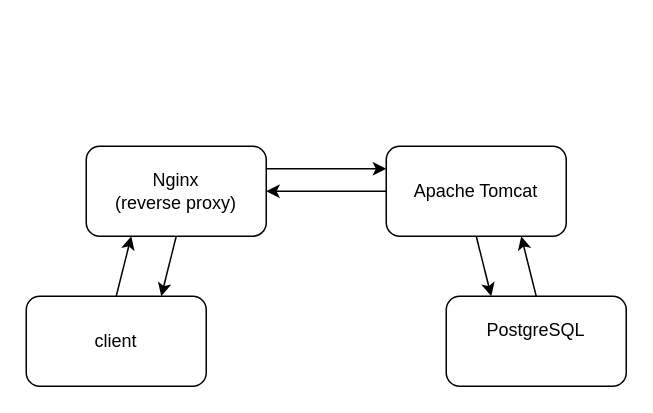
zncrg/drawio-playground keeps this draw.io diagram as Диаграмма без названия.drawio. Above is the earlier version. Source tidied: cells renumbered, new cells numbered last; positions are measured from the earlier drawing's top-left corner, leaving out a move shared by most shapes. Both pictures are drawn from the tidied source at 150%, with x=0, y=0 at pixel (26, 146).
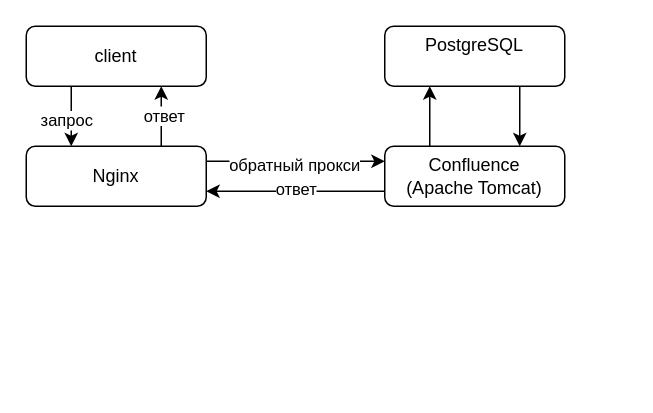
The same page after the edit.

Commit message:
Confluence EMI

The edit, as a diff of the source:
```diff
@@
 <mxGraphModel>
   <root>
     <mxCell id="0" />
     <mxCell id="1" parent="0" />
-    <mxCell id="2" value="Nginx&lt;div&gt;(reverse proxy)&lt;/div&gt;" style="rounded=1;whiteSpace=wrap;html=1;" parent="1" vertex="1">
-      <mxGeometry x="40" width="120" height="60" as="geometry" />
+    <mxCell id="2" value="Nginx" style="rounded=1;whiteSpace=wrap;html=1;" parent="1" vertex="1">
+      <mxGeometry width="120" height="40" as="geometry" />
     </mxCell>
     <mxCell id="3" value="client" style="rounded=1;whiteSpace=wrap;html=1;" parent="1" vertex="1">
-      <mxGeometry y="100" width="120" height="60" as="geometry" />
+      <mxGeometry y="-80" width="120" height="40" as="geometry" />
     </mxCell>
-    <mxCell id="4" value="&lt;div&gt;Apache Tomcat&lt;/div&gt;" style="rounded=1;whiteSpace=wrap;html=1;" parent="1" vertex="1">
-      <mxGeometry x="240" width="120" height="60" as="geometry" />
+    <mxCell id="4" value="&lt;div&gt;Confluence&lt;/div&gt;&lt;div&gt;(Apache Tomcat)&lt;/div&gt;" style="rounded=1;whiteSpace=wrap;html=1;" parent="1" vertex="1">
+      <mxGeometry x="239" width="120" height="40" as="geometry" />
     </mxCell>
     <mxCell id="5" value="&lt;div&gt;PostgreSQL&lt;/div&gt;&lt;div&gt;&lt;br&gt;&lt;/div&gt;" style="rounded=1;whiteSpace=wrap;html=1;" parent="1" vertex="1">
-      <mxGeometry x="280" y="100" width="120" height="60" as="geometry" />
+      <mxGeometry x="239" y="-80" width="120" height="40" as="geometry" />
     </mxCell>
     <mxCell id="6" style="endArrow=classic;html=1;rounded=0;exitX=1;exitY=0.25;exitDx=0;exitDy=0;entryX=0;entryY=0.25;entryDx=0;entryDy=0;" parent="1" edge="1" source="2" target="4">
       <mxGeometry relative="1" as="geometry" />
     </mxCell>
+    <mxCell id="12" value="&lt;font&gt;обратный прокси&lt;/font&gt;" style="edgeLabel;html=1;align=center;verticalAlign=middle;" parent="6" vertex="1">
+      <mxGeometry x="-0.03" y="-2" relative="1" as="geometry" />
+    </mxCell>
-    <mxCell id="7" style="endArrow=classic;html=1;rounded=0;entryX=1;entryY=0.5;entryDx=0;entryDy=0;exitX=0;exitY=0.5;exitDx=0;exitDy=0;" parent="1" edge="1" source="4" target="2">
+    <mxCell id="7" style="endArrow=classic;html=1;rounded=0;entryX=1;entryY=0.75;entryDx=0;entryDy=0;exitX=0;exitY=0.75;exitDx=0;exitDy=0;" parent="1" edge="1" source="4" target="2">
       <mxGeometry relative="1" as="geometry" />
     </mxCell>
+    <mxCell id="13" value="ответ" style="edgeLabel;html=1;align=center;verticalAlign=middle;" parent="7" vertex="1">
+      <mxGeometry x="0.01" y="-2" relative="1" as="geometry" />
+    </mxCell>
-    <mxCell id="8" style="endArrow=classic;html=1;rounded=0;entryX=0.25;entryY=0;entryDx=0;entryDy=0;exitX=0.5;exitY=1;exitDx=0;exitDy=0;" parent="1" edge="1" source="4" target="5">
+    <mxCell id="8" style="endArrow=classic;html=1;rounded=0;entryX=0.25;entryY=1;entryDx=0;entryDy=0;exitX=0.25;exitY=0;exitDx=0;exitDy=0;" parent="1" edge="1" source="4" target="5">
       <mxGeometry relative="1" as="geometry" />
     </mxCell>
-    <mxCell id="9" style="endArrow=classic;html=1;rounded=0;entryX=0.75;entryY=1;entryDx=0;entryDy=0;exitX=0.5;exitY=0;exitDx=0;exitDy=0;" parent="1" edge="1" source="5" target="4">
+    <mxCell id="9" style="endArrow=classic;html=1;rounded=0;entryX=0.75;entryY=0;entryDx=0;entryDy=0;exitX=0.75;exitY=1;exitDx=0;exitDy=0;" parent="1" edge="1" source="5" target="4">
       <mxGeometry relative="1" as="geometry" />
     </mxCell>
-    <mxCell id="10" style="endArrow=classic;html=1;rounded=0;entryX=0.75;entryY=0;entryDx=0;entryDy=0;exitX=0.5;exitY=1;exitDx=0;exitDy=0;" parent="1" edge="1" source="2" target="3">
-      <mxGeometry relative="1" as="geometry" />
+    <mxCell id="10" style="endArrow=classic;html=1;rounded=0;exitX=0.75;exitY=0;exitDx=0;exitDy=0;" parent="1" edge="1" source="2">
+      <mxGeometry relative="1" as="geometry">
+        <mxPoint x="90" y="-40" as="targetPoint" />
+      </mxGeometry>
     </mxCell>
+    <mxCell id="14" value="ответ" style="edgeLabel;html=1;align=center;verticalAlign=middle;" parent="10" vertex="1">
+      <mxGeometry x="0.05" y="-1" relative="1" as="geometry" />
+    </mxCell>
-    <mxCell id="11" style="endArrow=classic;html=1;rounded=0;entryX=0.25;entryY=1;entryDx=0;entryDy=0;exitX=0.5;exitY=0;exitDx=0;exitDy=0;" parent="1" edge="1" source="3" target="2">
+    <mxCell id="11" style="endArrow=classic;html=1;rounded=0;entryX=0.25;entryY=0;entryDx=0;entryDy=0;exitX=0.25;exitY=1;exitDx=0;exitDy=0;" parent="1" edge="1" source="3" target="2">
       <mxGeometry relative="1" as="geometry" />
     </mxCell>
+    <mxCell id="15" value="запрос" style="edgeLabel;html=1;align=center;verticalAlign=middle;" parent="11" vertex="1">
+      <mxGeometry x="0.08" y="-3" relative="1" as="geometry" />
+    </mxCell>
   </root>
 </mxGraphModel>
```
